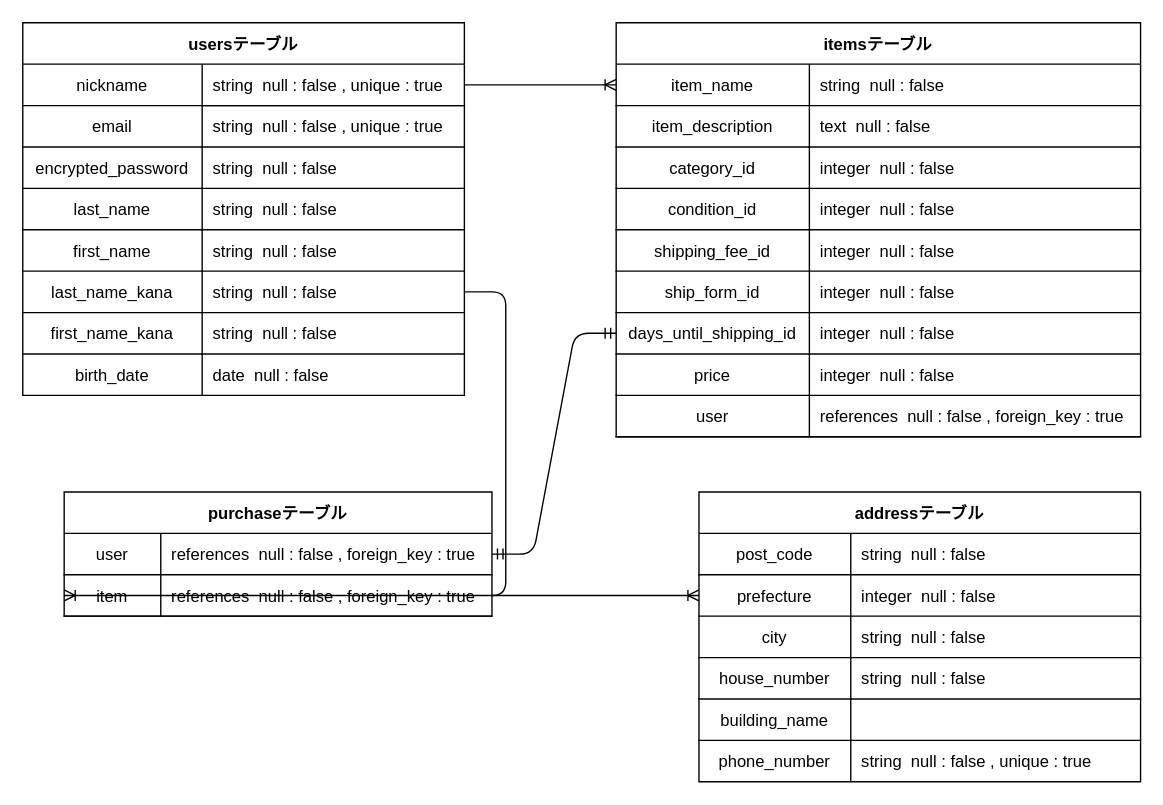
Above: furima-31133.dio in ka91uver/furima-31133 (draw.io), before the change. Source tidied: cells renumbered, new cells numbered last; positions are measured from the earlier drawing's top-left corner, leaving out a move shared by most shapes. Both pictures are drawn from the tidied source at 138%, with x=0, y=0 at pixel (22, 22).
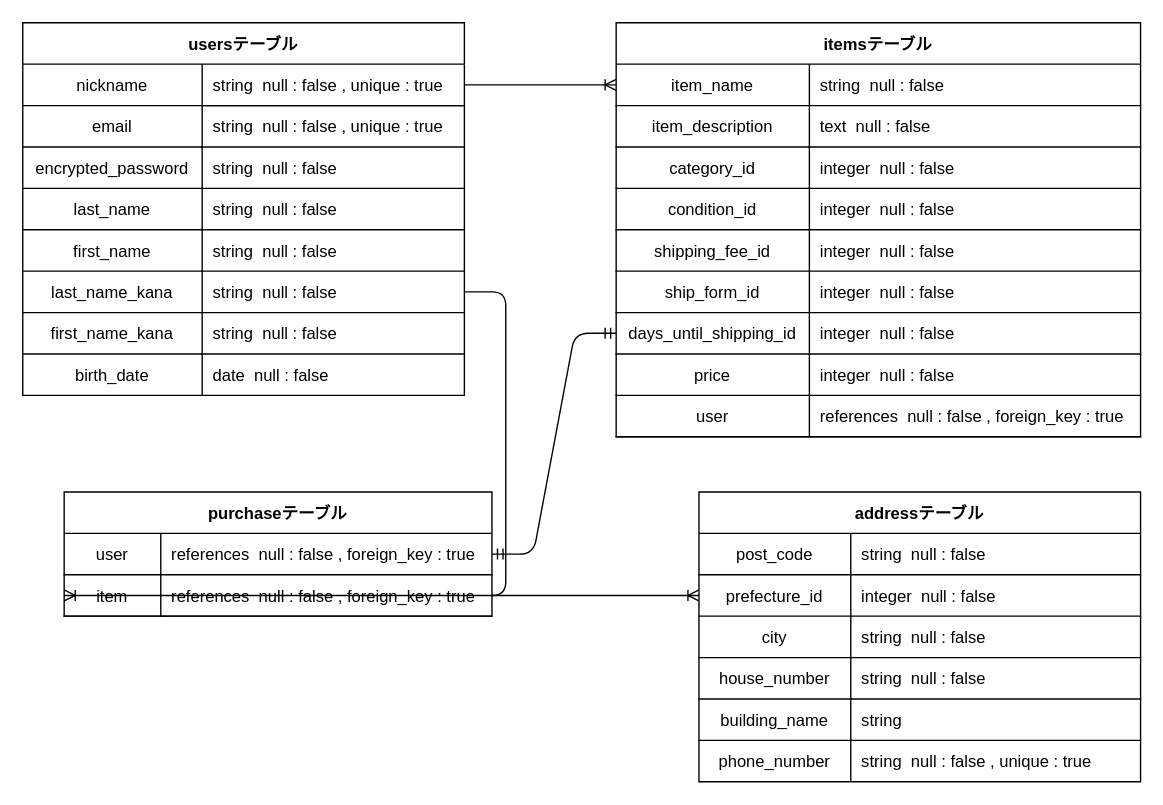
After the change.

Commit message (it also covers changes not shown here):
DB-ER図の修正6(string型の追加)

building_nameは任意の記述、optionは要らない
”型”は必要なので、文字(短文)の ‘ string ‘ を記述

Unchanged cells that the change refers to:
```xml
<mxCell id="69" style="shape=partialRectangle;fillColor=none;top=0;left=0;bottom=0;right=0;points=[[0,0.5],[1,0.5]];portConstraint=eastwest;" parent="65" vertex="1">
  <mxGeometry y="60" width="320" height="30" as="geometry" />
</mxCell>
<mxCell id="78" style="shape=partialRectangle;fillColor=none;top=0;left=0;bottom=0;right=0;" parent="65" vertex="1">
  <mxGeometry y="150" width="320" height="30" as="geometry" />
</mxCell>
```

The edit, as a diff of the source:
```diff
@@
-    <mxCell id="70" value="prefecture" style="shape=partialRectangle;fillColor=none;top=0;left=0;bottom=1;right=0;overflow=hidden;" parent="69" vertex="1">
+    <mxCell id="70" value="prefecture_id" style="shape=partialRectangle;fillColor=none;top=0;left=0;bottom=1;right=0;overflow=hidden;" parent="69" vertex="1">
       <mxGeometry width="110" height="30" as="geometry" />
     </mxCell>
@@
-    <mxCell id="80" style="shape=partialRectangle;fillColor=none;top=0;left=0;bottom=1;right=0;align=left;spacingLeft=6;overflow=hidden;" parent="78" vertex="1">
+    <mxCell id="80" value="string" style="shape=partialRectangle;fillColor=none;top=0;left=0;bottom=1;right=0;align=left;spacingLeft=6;overflow=hidden;" parent="78" vertex="1">
       <mxGeometry x="110" width="210" height="30" as="geometry" />
     </mxCell>
```
